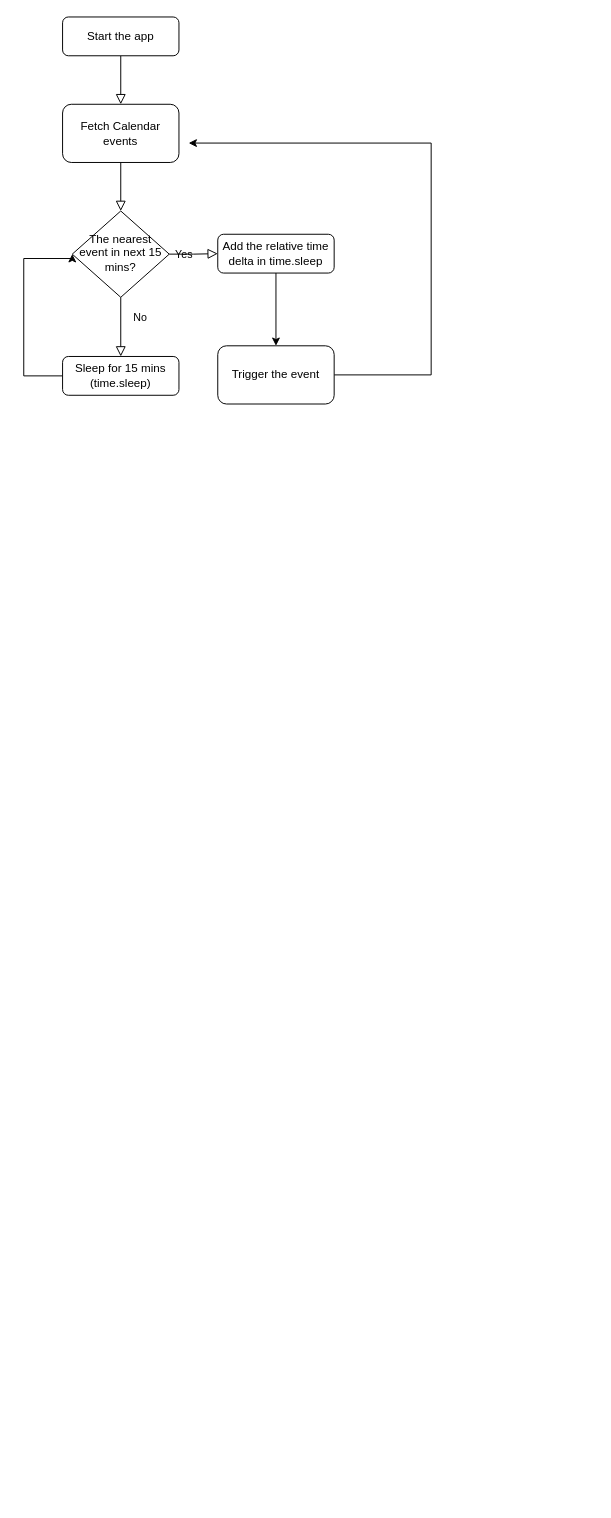
The draw.io diagram Untitled Diagram.drawio in a2tm7a/draw, before the edit. Source tidied: cells renumbered, new cells numbered last; positions are measured from the earlier drawing's top-left corner, leaving out a move shared by most shapes. Both pictures are drawn from the tidied source at 97%, with x=0, y=0 at pixel (23, 16).
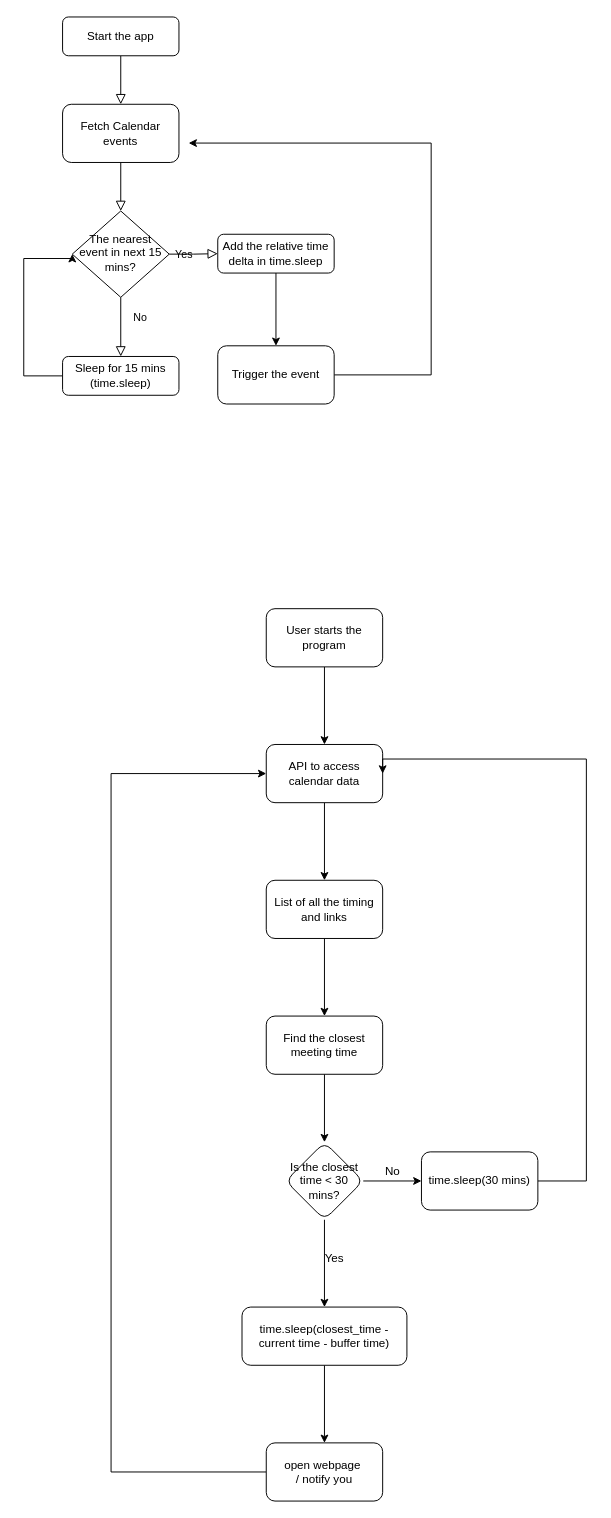
After the change.

Commit message (it also covers changes not shown here):
calendar-app

Diff of the diagram source:
```diff
@@
+    <mxCell id="15" style="edgeStyle=orthogonalEdgeStyle;rounded=0;jettySize=auto;html=1;" parent="1" edge="1" source="16" target="18">
+      <mxGeometry relative="1" as="geometry" />
+    </mxCell>
+    <mxCell id="16" value="User starts the program" style="rounded=1;whiteSpace=wrap;html=1;" parent="1" vertex="1">
+      <mxGeometry x="250" y="610" width="120" height="60" as="geometry" />
+    </mxCell>
+    <mxCell id="17" style="edgeStyle=orthogonalEdgeStyle;rounded=0;jettySize=auto;html=1;" parent="1" edge="1" source="18" target="20">
+      <mxGeometry relative="1" as="geometry" />
+    </mxCell>
+    <mxCell id="18" value="API to access calendar data" style="whiteSpace=wrap;html=1;rounded=1;" parent="1" vertex="1">
+      <mxGeometry x="250" y="750" width="120" height="60" as="geometry" />
+    </mxCell>
+    <mxCell id="19" style="edgeStyle=orthogonalEdgeStyle;rounded=0;jettySize=auto;html=1;" parent="1" edge="1" source="20" target="22">
+      <mxGeometry relative="1" as="geometry" />
+    </mxCell>
+    <mxCell id="20" value="List of all the timing and links" style="whiteSpace=wrap;html=1;rounded=1;" parent="1" vertex="1">
+      <mxGeometry x="250" y="890" width="120" height="60" as="geometry" />
+    </mxCell>
+    <mxCell id="21" style="edgeStyle=orthogonalEdgeStyle;rounded=0;jettySize=auto;html=1;" parent="1" edge="1" source="22" target="25">
+      <mxGeometry relative="1" as="geometry" />
+    </mxCell>
+    <mxCell id="22" value="Find the closest meeting time" style="whiteSpace=wrap;html=1;rounded=1;" parent="1" vertex="1">
+      <mxGeometry x="250" y="1030" width="120" height="60" as="geometry" />
+    </mxCell>
+    <mxCell id="23" style="edgeStyle=orthogonalEdgeStyle;rounded=0;jettySize=auto;html=1;" parent="1" edge="1" source="25" target="27">
+      <mxGeometry relative="1" as="geometry" />
+    </mxCell>
+    <mxCell id="24" style="edgeStyle=orthogonalEdgeStyle;rounded=0;jettySize=auto;html=1;" parent="1" edge="1" source="25" target="32">
+      <mxGeometry relative="1" as="geometry" />
+    </mxCell>
+    <mxCell id="25" value="Is the closest time &amp;lt; 30 mins?" style="rhombus;whiteSpace=wrap;html=1;rounded=1;" parent="1" vertex="1">
+      <mxGeometry x="270" y="1160" width="80" height="80" as="geometry" />
+    </mxCell>
+    <mxCell id="26" style="edgeStyle=orthogonalEdgeStyle;rounded=0;jettySize=auto;html=1;" parent="1" edge="1" source="27" target="30">
+      <mxGeometry relative="1" as="geometry" />
+    </mxCell>
+    <mxCell id="27" value="time.sleep(closest_time - current time - buffer time)" style="whiteSpace=wrap;html=1;rounded=1;" parent="1" vertex="1">
+      <mxGeometry x="225" y="1330" width="170" height="60" as="geometry" />
+    </mxCell>
+    <mxCell id="28" value="Yes" style="text;html=1;align=center;verticalAlign=middle;" parent="1" vertex="1">
+      <mxGeometry x="300" y="1270" width="40" height="20" as="geometry" />
+    </mxCell>
+    <mxCell id="29" style="edgeStyle=orthogonalEdgeStyle;rounded=0;jettySize=auto;html=1;" parent="1" edge="1" source="30" target="18">
+      <mxGeometry relative="1" as="geometry">
+        <Array as="points">
+          <mxPoint x="90" y="1500" />
+          <mxPoint x="90" y="780" />
+        </Array>
+      </mxGeometry>
+    </mxCell>
+    <mxCell id="30" value="open webpage&amp;nbsp; /&amp;nbsp;notify you" style="whiteSpace=wrap;html=1;rounded=1;" parent="1" vertex="1">
+      <mxGeometry x="250" y="1470" width="120" height="60" as="geometry" />
+    </mxCell>
+    <mxCell id="31" style="edgeStyle=orthogonalEdgeStyle;rounded=0;jettySize=auto;html=1;entryX=1;entryY=0.5;entryDx=0;entryDy=0;" parent="1" edge="1" source="32" target="18">
+      <mxGeometry relative="1" as="geometry">
+        <Array as="points">
+          <mxPoint x="580" y="1200" />
+          <mxPoint x="580" y="765" />
+          <mxPoint x="370" y="765" />
+        </Array>
+      </mxGeometry>
+    </mxCell>
+    <mxCell id="32" value="time.sleep(30 mins)" style="whiteSpace=wrap;html=1;rounded=1;" parent="1" vertex="1">
+      <mxGeometry x="410" y="1170" width="120" height="60" as="geometry" />
+    </mxCell>
+    <mxCell id="33" value="No" style="text;html=1;align=center;verticalAlign=middle;" parent="1" vertex="1">
+      <mxGeometry x="365" y="1180" width="30" height="20" as="geometry" />
+    </mxCell>
```
